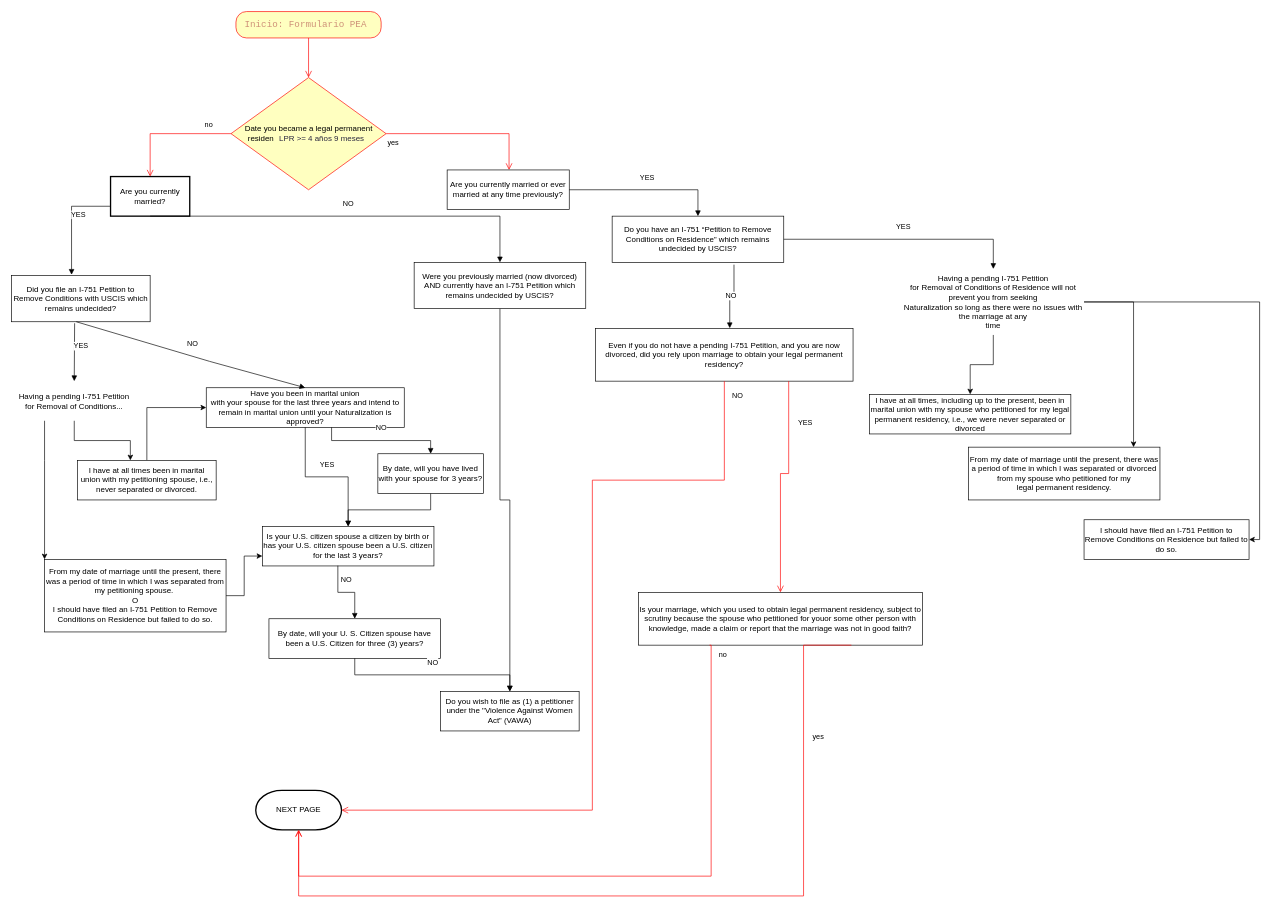
This is Preliminary Diagram.drawio from thomywtc/portfolio, a draw.io file, before an edit. Source tidied: cells renumbered, new cells numbered last; positions are measured from the earlier drawing's top-left corner, leaving out a move shared by most shapes. Both pictures are drawn from the tidied source at 66%, with x=0, y=0 at pixel (11, 11).
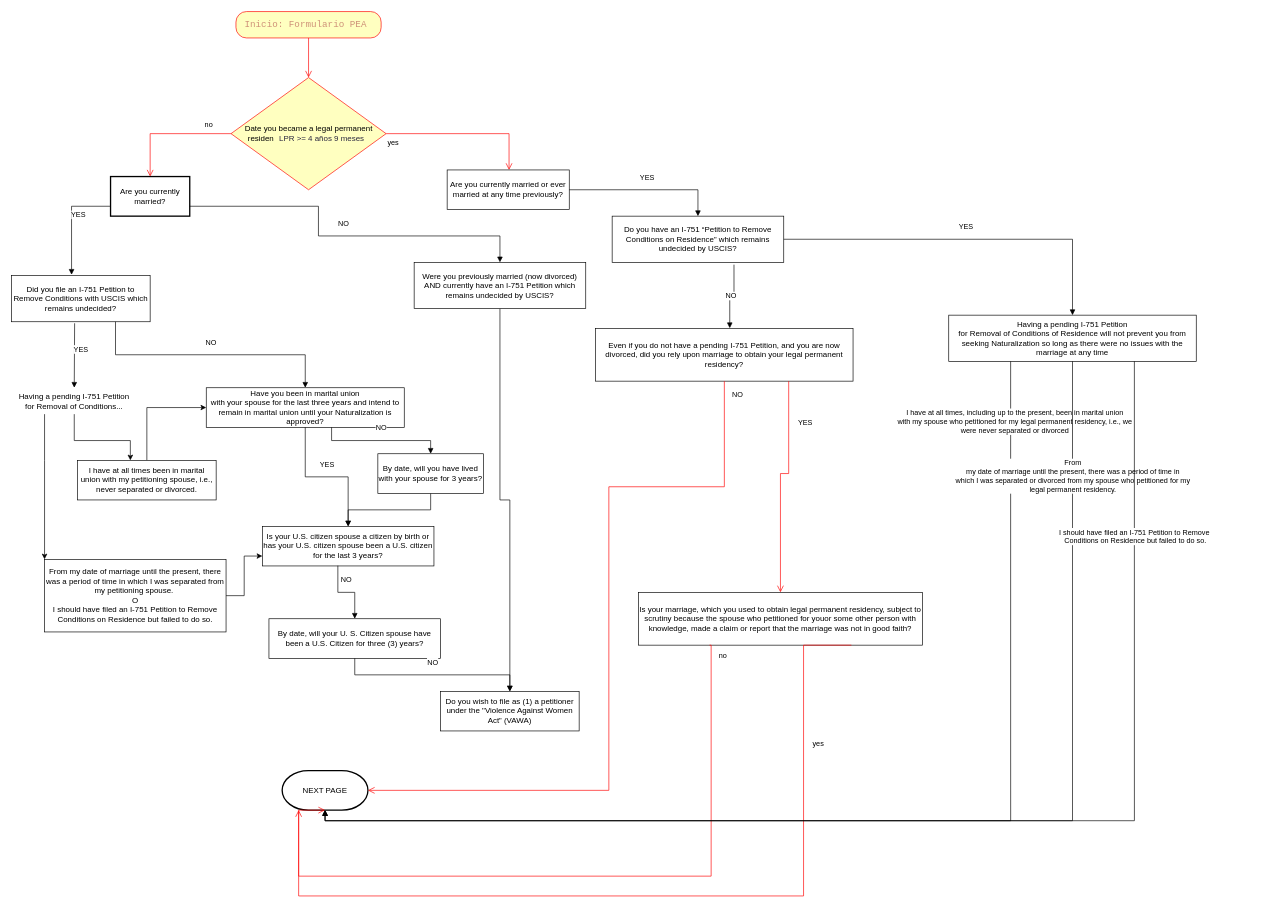
After the change.

The change refers to these unchanged cells:
```xml
<mxCell id="2" value="&lt;span class=&quot;gform-field-label__text&quot;&gt;Are you currently married?&lt;/span&gt;" style="whiteSpace=wrap;html=1;strokeWidth=2;" parent="1" vertex="1">
  <mxGeometry x="150" y="250" width="120" height="60" as="geometry" />
</mxCell>
<mxCell id="5" value="&lt;span class=&quot;gform-field-label__text&quot;&gt;Were you previously married (now divorced) AND currently have an I-751 Petition which remains undecided by USCIS?&lt;/span&gt;" style="rounded=0;whiteSpace=wrap;html=1;" parent="1" vertex="1">
  <mxGeometry x="610" y="380" width="260" height="70" as="geometry" />
</mxCell>
<mxCell id="7" value="&lt;span class=&quot;gform-field-label__text&quot;&gt;Did you file an I-751 Petition to Remove Conditions with USCIS which remains undecided?&lt;/span&gt;" style="rounded=0;whiteSpace=wrap;html=1;" parent="1" vertex="1">
  <mxGeometry y="400" width="210" height="70" as="geometry" />
</mxCell>
<mxCell id="8" value="&lt;span class=&quot;gform-field-label__text&quot;&gt;Have you been in marital union &lt;br&gt;with your spouse for the last three years and intend to remain in marital union until your Naturalization is approved?&lt;/span&gt;" style="rounded=0;whiteSpace=wrap;html=1;" parent="1" vertex="1">
  <mxGeometry x="295" y="570" width="300" height="60" as="geometry" />
</mxCell>
<mxCell id="35" value="&lt;span class=&quot;gform-field-label__text&quot;&gt;Do you have an I-751 “Petition to Remove Conditions on Residence” which remains undecided by USCIS?&lt;/span&gt;" style="whiteSpace=wrap;html=1;align=center;" parent="1" vertex="1">
  <mxGeometry x="910" y="310" width="260" height="70" as="geometry" />
</mxCell>
<mxCell id="37" value="&lt;span class=&quot;gform-field-label__text&quot;&gt;Even if you do not have a pending I-751 Petition, and you are now divorced, did you rely upon marriage to obtain your legal permanent residency?&lt;/span&gt;" style="whiteSpace=wrap;html=1;align=center;" parent="1" vertex="1">
  <mxGeometry x="885" y="480" width="390" height="80" as="geometry" />
</mxCell>
```

What changed in the source:
```diff
@@
-<mxGraphModel>
+<mxGraphModel background="light-dark(#ffffff, #121212)">
@@
-    <mxCell id="3" value="&lt;div&gt;NO&lt;/div&gt;" style="html=1;verticalAlign=bottom;endArrow=block;rounded=0;exitX=0.5;exitY=1;exitDx=0;exitDy=0;entryX=0.5;entryY=0;entryDx=0;entryDy=0;edgeStyle=orthogonalEdgeStyle;" parent="1" edge="1" source="2" target="5">
+    <mxCell id="3" value="&lt;div&gt;NO&lt;/div&gt;" style="html=1;verticalAlign=bottom;endArrow=block;rounded=0;exitX=1;exitY=0.75;exitDx=0;exitDy=0;entryX=0.5;entryY=0;entryDx=0;entryDy=0;edgeStyle=orthogonalEdgeStyle;libavoidRouting=1;" parent="1" edge="1" source="2" target="5">
       <mxGeometry y="10" relative="1" as="geometry">
         <Array as="points">
-          <mxPoint x="740" y="310" />
+          <mxPoint x="465" y="295" />
+          <mxPoint x="465" y="340" />
+          <mxPoint x="740" y="340" />
         </Array>
       </mxGeometry>
     </mxCell>
@@
-    <mxCell id="9" value="&lt;div&gt;NO&lt;/div&gt;" style="html=1;verticalAlign=bottom;endArrow=block;curved=0;rounded=0;exitX=0.467;exitY=1;exitDx=0;exitDy=0;entryX=0.5;entryY=0;entryDx=0;entryDy=0;exitPerimeter=0;" parent="1" edge="1" source="7" target="8">
+    <mxCell id="9" value="&lt;div&gt;NO&lt;/div&gt;" style="html=1;verticalAlign=bottom;endArrow=block;rounded=0;exitX=0.75;exitY=1;exitDx=0;exitDy=0;entryX=0.5;entryY=0;entryDx=0;entryDy=0;edgeStyle=orthogonalEdgeStyle;" parent="1" edge="1" source="7" target="8">
       <mxGeometry y="10" relative="1" as="geometry">
         <Array as="points">
-          <mxPoint x="300" y="530" />
+          <mxPoint x="157.5" y="520" />
+          <mxPoint x="445" y="520" />
         </Array>
       </mxGeometry>
     </mxCell>
@@
     <mxCell id="12" value="&lt;span class=&quot;gform-field-label__text&quot;&gt;Having a pending I-751 Petition &lt;br&gt;for Removal of Conditions&lt;/span&gt;..." style="text;html=1;whiteSpace=wrap;strokeColor=none;fillColor=none;align=center;verticalAlign=middle;rounded=0;" parent="1" vertex="1">
-      <mxGeometry x="10" y="560" width="170" height="60" as="geometry" />
+      <mxGeometry x="10" y="570" width="170" height="40" as="geometry" />
     </mxCell>
@@
     <mxCell id="34" value="NEXT PAGE" style="strokeWidth=2;html=1;shape=mxgraph.flowchart.terminator;whiteSpace=wrap;strokeColor=light-dark(#000000,#3399FF);" parent="1" vertex="1">
-      <mxGeometry x="370" y="1180" width="130" height="60" as="geometry" />
+      <mxGeometry x="410" y="1150" width="130" height="60" as="geometry" />
     </mxCell>
@@
-    <mxCell id="41" value="&lt;div&gt;NO&lt;/div&gt;" style="edgeStyle=orthogonalEdgeStyle;html=1;align=left;verticalAlign=bottom;endArrow=open;endSize=8;strokeColor=light-dark(#FF0000,#FFFFFF);rounded=0;entryX=1;entryY=0.5;entryDx=0;entryDy=0;entryPerimeter=0;" parent="1" edge="1" source="37" target="34">
+    <mxCell id="41" value="&lt;div&gt;NO&lt;/div&gt;" style="edgeStyle=orthogonalEdgeStyle;html=1;align=left;verticalAlign=bottom;endArrow=open;endSize=8;strokeColor=light-dark(#FF0000,#FFFFFF);rounded=0;entryX=1;entryY=0.5;entryDx=0;entryDy=0;entryPerimeter=0;libavoidRouting=1;" parent="1" edge="1" source="37" target="34">
       <mxGeometry x="-0.95" y="10" relative="1" as="geometry">
         <Array as="points">
-          <mxPoint x="1080" y="710" />
-          <mxPoint x="880" y="710" />
-          <mxPoint x="880" y="1210" />
+          <mxPoint x="1080" y="720" />
+          <mxPoint x="905" y="720" />
+          <mxPoint x="905" y="1180" />
         </Array>
       </mxGeometry>
     </mxCell>
@@
-    <mxCell id="44" style="edgeStyle=orthogonalEdgeStyle;rounded=0;jettySize=auto;html=1;" parent="1" edge="1" source="47" target="49">
-      <mxGeometry relative="1" as="geometry" />
-    </mxCell>
-    <mxCell id="45" style="edgeStyle=orthogonalEdgeStyle;rounded=0;jettySize=auto;html=1;" parent="1" edge="1" source="47" target="50">
-      <mxGeometry relative="1" as="geometry">
-        <Array as="points">
-          <mxPoint x="1700" y="440" />
-        </Array>
-      </mxGeometry>
-    </mxCell>
-    <mxCell id="46" style="edgeStyle=orthogonalEdgeStyle;rounded=0;jettySize=auto;html=1;libavoidRouting=1;" parent="1" edge="1" source="47" target="51">
-      <mxGeometry relative="1" as="geometry">
-        <Array as="points">
-          <mxPoint x="1891" y="440" />
-          <mxPoint x="1891" y="800" />
-        </Array>
-      </mxGeometry>
-    </mxCell>
+    <mxCell id="48" value="YES" style="html=1;verticalAlign=bottom;endArrow=block;rounded=0;exitX=1;exitY=0.5;exitDx=0;exitDy=0;entryX=0.5;entryY=0;entryDx=0;entryDy=0;edgeStyle=orthogonalEdgeStyle;" parent="1" edge="1" source="35" target="47">
+      <mxGeometry y="10" relative="1" as="geometry" />
+    </mxCell>
-    <mxCell id="47" value="&lt;span class=&quot;gform-field-label__text&quot;&gt;Having a pending I-751 Petition &lt;br/&gt;for Removal of Conditions of Residence will not prevent you from seeking&lt;br/&gt; Naturalization so long as there were no issues with the marriage at any&lt;br/&gt; time&lt;/span&gt;" style="text;html=1;whiteSpace=wrap;strokeColor=none;fillColor=none;align=center;verticalAlign=middle;rounded=0;" parent="1" vertex="1">
-      <mxGeometry x="1350" y="390" width="275" height="100" as="geometry" />
+    <mxCell id="47" value="&lt;span class=&quot;gform-field-label__text&quot;&gt;Having a pending I-751 Petition &lt;br&gt;for Removal of Conditions of Residence will not prevent you from seeking Naturalization so long as there were no issues with the marriage at any time&lt;/span&gt;" style="rounded=0;whiteSpace=wrap;html=1;" parent="1" vertex="1">
+      <mxGeometry x="1420" y="460" width="375" height="70" as="geometry" />
     </mxCell>
-    <mxCell id="48" value="YES" style="html=1;verticalAlign=bottom;endArrow=block;rounded=0;exitX=1;exitY=0.5;exitDx=0;exitDy=0;entryX=0.5;entryY=0;entryDx=0;entryDy=0;edgeStyle=orthogonalEdgeStyle;" parent="1" edge="1" source="35" target="47">
-      <mxGeometry y="10" relative="1" as="geometry" />
-    </mxCell>
-    <mxCell id="49" value="&lt;br&gt;I have at all times, including up to the present, been in marital union with my spouse who petitioned for my legal permanent residency, i.e., we were never separated or divorced&lt;div&gt;&lt;br/&gt;&lt;/div&gt;" style="rounded=0;whiteSpace=wrap;html=1;" parent="1" vertex="1">
-      <mxGeometry x="1300" y="580" width="305" height="60" as="geometry" />
+    <mxCell id="49" value="I have at all times, including up to the present, been in marital union &lt;br/&gt;with my spouse who petitioned for my legal permanent residency, i.e., we&lt;br/&gt; were never separated or divorced" style="html=1;verticalAlign=bottom;endArrow=block;rounded=0;exitX=0.25;exitY=1;exitDx=0;exitDy=0;edgeStyle=orthogonalEdgeStyle;entryX=0.5;entryY=1;entryDx=0;entryDy=0;entryPerimeter=0;" parent="1" edge="1" source="47" target="34">
+      <mxGeometry x="-0.87" y="6" relative="1" as="geometry">
+        <Array as="points">
+          <mxPoint x="1513.9" y="1226" />
+          <mxPoint x="475" y="1226" />
+        </Array>
+      </mxGeometry>
     </mxCell>
-    <mxCell id="50" value="&lt;label for=&quot;choice_78_102_1&quot; id=&quot;label_78_102_1&quot; class=&quot;gform-field-label gform-field-label--type-inline&quot;&gt;From my date of marriage until the present, there was a period of time in which I was separated or divorced from my spouse who petitioned for my &lt;br&gt;legal permanent residency.&lt;/label&gt;" style="rounded=0;whiteSpace=wrap;html=1;" parent="1" vertex="1">
-      <mxGeometry x="1450" y="660" width="290" height="80" as="geometry" />
+    <mxCell id="50" value="&lt;label for=&quot;choice_78_102_1&quot; id=&quot;label_78_102_1&quot; class=&quot;gform-field-label gform-field-label--type-inline&quot;&gt;From&lt;br/&gt; my date of marriage until the present, there was a period of time in &lt;br/&gt;which I was separated or divorced from my spouse who petitioned for my &lt;br&gt;legal permanent residency.&lt;/label&gt;" style="html=1;verticalAlign=bottom;endArrow=block;rounded=0;exitX=0.5;exitY=1;exitDx=0;exitDy=0;edgeStyle=orthogonalEdgeStyle;entryX=0.5;entryY=1;entryDx=0;entryDy=0;entryPerimeter=0;libavoidRouting=1;" parent="1" edge="1" source="47" target="34">
+      <mxGeometry x="-0.78" relative="1" as="geometry">
+        <Array as="points">
+          <mxPoint x="1608" y="1226" />
+          <mxPoint x="475" y="1226" />
+        </Array>
+      </mxGeometry>
     </mxCell>
-    <mxCell id="51" value="I should have filed an I-751 Petition to Remove Conditions on Residence but failed to do so." style="rounded=0;whiteSpace=wrap;html=1;" parent="1" vertex="1">
-      <mxGeometry x="1625" y="770" width="250" height="60" as="geometry" />
+    <mxCell id="51" value="&lt;div&gt;I should have filed an I-751 Petition to Remove&lt;/div&gt;&lt;div&gt;&amp;nbsp;Conditions on Residence but failed to do so.&lt;/div&gt;" style="html=1;verticalAlign=bottom;endArrow=block;rounded=0;exitX=0.75;exitY=1;exitDx=0;exitDy=0;edgeStyle=orthogonalEdgeStyle;entryX=0.5;entryY=1;entryDx=0;entryDy=0;entryPerimeter=0;elbow=vertical;libavoidRouting=1;" parent="1" edge="1" source="47" target="34">
+      <mxGeometry x="-0.71" relative="1" as="geometry">
+        <Array as="points">
+          <mxPoint x="1701" y="1226" />
+          <mxPoint x="475" y="1226" />
+        </Array>
+      </mxGeometry>
     </mxCell>
```
